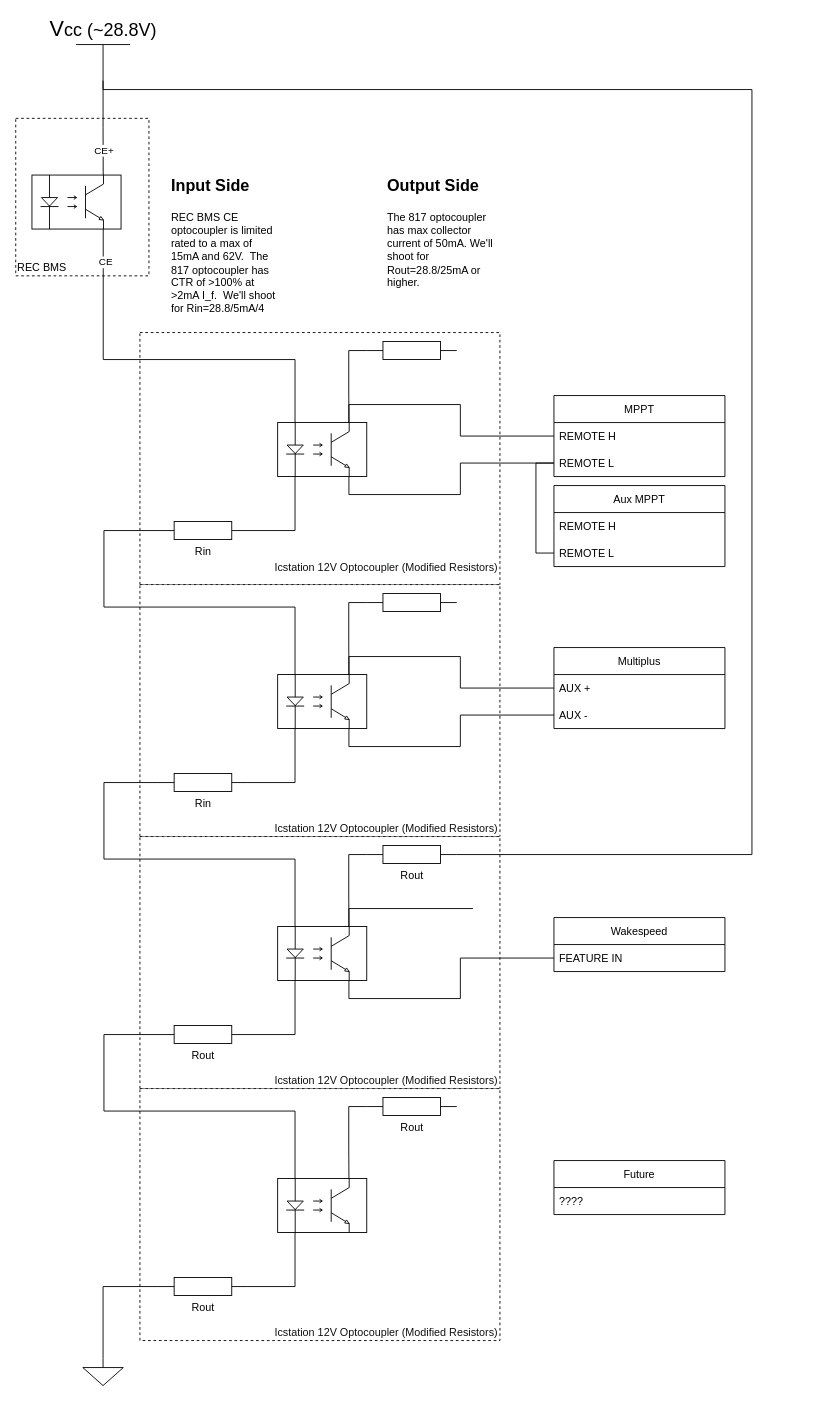
The draw.io diagram page "Page-1" (1 of 2) of van/electrical/BMS_wiring_logic/charge-enable-splitting.drawio in natecostello/van_two_point_oh, before the edit. Source tidied: cells renumbered, new cells numbered last; positions are measured from the earlier drawing's top-left corner, leaving out a move shared by most shapes. Both pictures are drawn from the tidied source at 90%, with x=0, y=0 at pixel (15, 44).
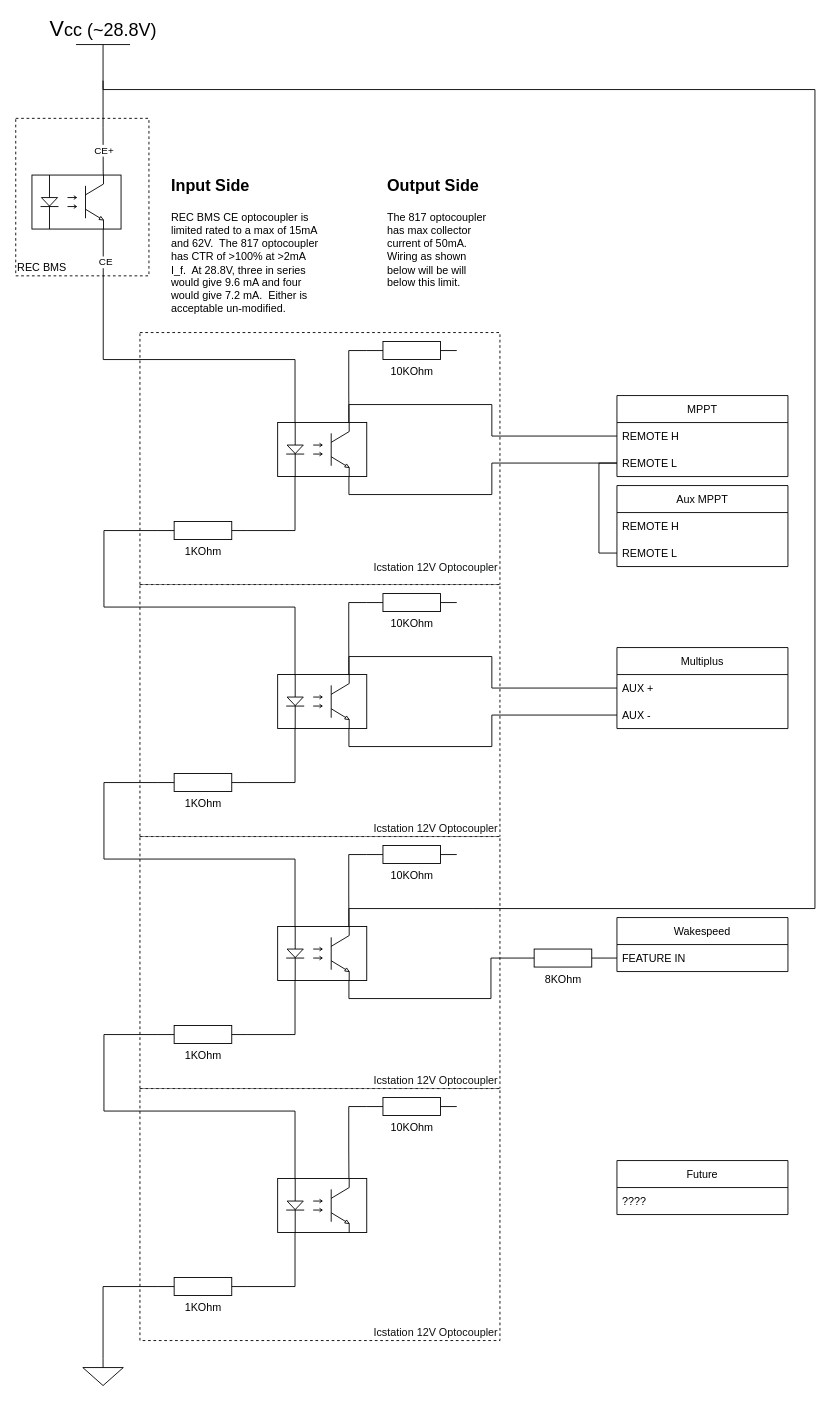
The same page after the edit.

The change refers to these unchanged cells:
```xml
<mxCell id="3" style="group;" parent="1" vertex="1">
  <mxGeometry x="138" y="320" width="400" height="280" as="geometry" />
</mxCell>
<mxCell id="19" value="V&lt;span style=&quot;font-size: 20px&quot;&gt;cc (~28.8V)&lt;/span&gt;" style="verticalLabelPosition=top;verticalAlign=bottom;shape=mxgraph.electrical.signal_sources.vdd;shadow=0;dashed=0;align=center;strokeWidth=1;fontSize=24;html=1;flipV=1;" parent="1" vertex="1">
  <mxGeometry x="67" width="60" height="40" as="geometry" />
</mxCell>
<mxCell id="25" value="FEATURE IN" style="text;strokeColor=none;fillColor=none;align=left;verticalAlign=middle;spacingLeft=4;spacingRight=4;overflow=hidden;points=[[0,0.5],[1,0.5]];portConstraint=eastwest;" parent="24" vertex="1">
  <mxGeometry y="30" width="190" height="30" as="geometry" />
</mxCell>
<mxCell id="26" style="group;" parent="1" vertex="1">
  <mxGeometry x="138" y="600" width="400" height="280" as="geometry" />
</mxCell>
<mxCell id="33" style="group;" parent="1" vertex="1">
  <mxGeometry x="138" y="880" width="400" height="280" as="geometry" />
</mxCell>
<mxCell id="35" style="verticalLabelPosition=bottom;shadow=0;dashed=0;align=center;html=1;verticalAlign=top;shape=mxgraph.electrical.opto_electronics.opto-coupler;" parent="33" vertex="1">
  <mxGeometry x="153" y="100" width="99" height="60" as="geometry" />
</mxCell>
<mxCell id="52" style="group;" parent="1" vertex="1">
  <mxGeometry x="138" y="1160" width="400" height="280" as="geometry" />
</mxCell>
```

Change to the diagram source:
```diff
@@
-    <mxCell id="4" value="&lt;p style=&quot;box-sizing: border-box ; padding: 0px ; margin: 0px ; font-weight: 400 ; color: rgb(15 , 17 , 17) ; font-family: &amp;#34;amazon ember&amp;#34; , &amp;#34;arial&amp;#34; , sans-serif ; background-color: rgb(255 , 255 , 255) ; line-height: 32px&quot;&gt;&lt;span id=&quot;productTitle&quot; class=&quot;a-size-large product-title-word-break&quot; style=&quot;box-sizing: border-box ; word-break: break-word ; line-height: 32px&quot;&gt;&lt;font style=&quot;font-size: 12px&quot;&gt;Icstation 12V Optocoupler (Modified Resistors)&lt;/font&gt;&lt;/span&gt;&lt;/p&gt;" style="rounded=0;whiteSpace=wrap;html=1;dashed=1;align=right;verticalAlign=bottom;" parent="3" vertex="1">
+    <mxCell id="4" value="&lt;p style=&quot;box-sizing: border-box ; padding: 0px ; margin: 0px ; font-weight: 400 ; color: rgb(15 , 17 , 17) ; font-family: &amp;#34;amazon ember&amp;#34; , &amp;#34;arial&amp;#34; , sans-serif ; background-color: rgb(255 , 255 , 255) ; line-height: 32px&quot;&gt;&lt;span id=&quot;productTitle&quot; class=&quot;a-size-large product-title-word-break&quot; style=&quot;box-sizing: border-box ; word-break: break-word ; line-height: 32px&quot;&gt;&lt;font style=&quot;font-size: 12px&quot;&gt;Icstation 12V Optocoupler&lt;/font&gt;&lt;/span&gt;&lt;/p&gt;" style="rounded=0;whiteSpace=wrap;html=1;dashed=1;align=right;verticalAlign=bottom;" parent="3" vertex="1">
       <mxGeometry width="400" height="280" as="geometry" />
     </mxCell>
@@
-    <mxCell id="6" value="Rin" style="verticalLabelPosition=bottom;shadow=0;dashed=0;align=center;html=1;verticalAlign=top;shape=mxgraph.electrical.resistors.resistor_1;rotation=0;" parent="3" vertex="1">
+    <mxCell id="6" value="1KOhm" style="verticalLabelPosition=bottom;shadow=0;dashed=0;align=center;html=1;verticalAlign=top;shape=mxgraph.electrical.resistors.resistor_1;rotation=0;" parent="3" vertex="1">
       <mxGeometry x="20" y="210" width="100" height="20" as="geometry" />
     </mxCell>
@@
-    <mxCell id="9" style="verticalLabelPosition=bottom;shadow=0;dashed=0;align=center;html=1;verticalAlign=top;shape=mxgraph.electrical.resistors.resistor_1;rotation=0;" parent="3" vertex="1">
+    <mxCell id="9" value="10KOhm" style="verticalLabelPosition=bottom;shadow=0;dashed=0;align=center;html=1;verticalAlign=top;shape=mxgraph.electrical.resistors.resistor_1;rotation=0;" parent="3" vertex="1">
       <mxGeometry x="252" y="10" width="100" height="20" as="geometry" />
     </mxCell>
@@
     <mxCell id="14" value="MPPT" style="swimlane;fontStyle=0;horizontal=1;startSize=30;" parent="1" vertex="1">
-      <mxGeometry x="598" y="390" width="190" height="90" as="geometry" />
+      <mxGeometry x="668" y="390" width="190" height="90" as="geometry" />
     </mxCell>
@@
     <mxCell id="21" value="Multiplus" style="swimlane;fontStyle=0;horizontal=1;startSize=30;" parent="1" vertex="1">
-      <mxGeometry x="598" y="670" width="190" height="90" as="geometry" />
+      <mxGeometry x="668" y="670" width="190" height="90" as="geometry" />
     </mxCell>
@@
     <mxCell id="24" value="Wakespeed" style="swimlane;fontStyle=0;horizontal=1;startSize=30;" parent="1" vertex="1">
-      <mxGeometry x="598" y="970" width="190" height="60" as="geometry" />
+      <mxGeometry x="668" y="970" width="190" height="60" as="geometry" />
     </mxCell>
@@
-    <mxCell id="27" value="&lt;div style=&quot;&quot;&gt;&lt;span style=&quot;background-color: rgb(255 , 255 , 255) ; color: rgb(15 , 17 , 17) ; font-family: &amp;quot;amazon ember&amp;quot; , &amp;quot;arial&amp;quot; , sans-serif&quot;&gt;Icstation 12V Optocoupler (Modified Resistors)&lt;/span&gt;&lt;/div&gt;" style="rounded=0;whiteSpace=wrap;html=1;dashed=1;align=right;verticalAlign=bottom;" parent="26" vertex="1">
+    <mxCell id="27" value="&lt;span style=&quot;color: rgb(15 , 17 , 17) ; font-family: &amp;#34;amazon ember&amp;#34; , &amp;#34;arial&amp;#34; , sans-serif ; background-color: rgb(255 , 255 , 255)&quot;&gt;Icstation 12V Optocoupler&lt;/span&gt;" style="rounded=0;whiteSpace=wrap;html=1;dashed=1;align=right;verticalAlign=bottom;" parent="26" vertex="1">
       <mxGeometry width="400" height="280" as="geometry" />
     </mxCell>
@@
-    <mxCell id="29" value="Rin" style="verticalLabelPosition=bottom;shadow=0;dashed=0;align=center;html=1;verticalAlign=top;shape=mxgraph.electrical.resistors.resistor_1;rotation=0;" parent="26" vertex="1">
+    <mxCell id="29" value="1KOhm" style="verticalLabelPosition=bottom;shadow=0;dashed=0;align=center;html=1;verticalAlign=top;shape=mxgraph.electrical.resistors.resistor_1;rotation=0;" parent="26" vertex="1">
       <mxGeometry x="20" y="210" width="100" height="20" as="geometry" />
     </mxCell>
@@
-    <mxCell id="32" style="verticalLabelPosition=bottom;shadow=0;dashed=0;align=center;html=1;verticalAlign=top;shape=mxgraph.electrical.resistors.resistor_1;rotation=0;" parent="26" vertex="1">
+    <mxCell id="32" value="10KOhm" style="verticalLabelPosition=bottom;shadow=0;dashed=0;align=center;html=1;verticalAlign=top;shape=mxgraph.electrical.resistors.resistor_1;rotation=0;" parent="26" vertex="1">
       <mxGeometry x="252" y="10" width="100" height="20" as="geometry" />
     </mxCell>
@@
-    <mxCell id="34" value="&lt;span style=&quot;color: rgb(15 , 17 , 17) ; font-family: &amp;#34;amazon ember&amp;#34; , &amp;#34;arial&amp;#34; , sans-serif ; background-color: rgb(255 , 255 , 255)&quot;&gt;Icstation 12V Optocoupler (Modified Resistors)&lt;/span&gt;" style="rounded=0;whiteSpace=wrap;html=1;dashed=1;align=right;verticalAlign=bottom;" parent="33" vertex="1">
+    <mxCell id="34" value="&lt;span style=&quot;color: rgb(15 , 17 , 17) ; font-family: &amp;#34;amazon ember&amp;#34; , &amp;#34;arial&amp;#34; , sans-serif ; background-color: rgb(255 , 255 , 255)&quot;&gt;Icstation 12V Optocoupler&lt;/span&gt;" style="rounded=0;whiteSpace=wrap;html=1;dashed=1;align=right;verticalAlign=bottom;" parent="33" vertex="1">
       <mxGeometry width="400" height="280" as="geometry" />
     </mxCell>
@@
-    <mxCell id="36" value="Rout" style="verticalLabelPosition=bottom;shadow=0;dashed=0;align=center;html=1;verticalAlign=top;shape=mxgraph.electrical.resistors.resistor_1;rotation=0;" parent="33" vertex="1">
+    <mxCell id="36" value="1KOhm" style="verticalLabelPosition=bottom;shadow=0;dashed=0;align=center;html=1;verticalAlign=top;shape=mxgraph.electrical.resistors.resistor_1;rotation=0;" parent="33" vertex="1">
       <mxGeometry x="20" y="210" width="100" height="20" as="geometry" />
     </mxCell>
@@
-    <mxCell id="39" value="Rout" style="verticalLabelPosition=bottom;shadow=0;dashed=0;align=center;html=1;verticalAlign=top;shape=mxgraph.electrical.resistors.resistor_1;rotation=0;" parent="33" vertex="1">
+    <mxCell id="39" value="10KOhm" style="verticalLabelPosition=bottom;shadow=0;dashed=0;align=center;html=1;verticalAlign=top;shape=mxgraph.electrical.resistors.resistor_1;rotation=0;" parent="33" vertex="1">
       <mxGeometry x="252" y="10" width="100" height="20" as="geometry" />
     </mxCell>
@@
-    <mxCell id="44" style="edgeStyle=orthogonalEdgeStyle;rounded=0;jettySize=auto;html=1;exitX=0.8;exitY=1;exitDx=0;exitDy=0;exitPerimeter=0;entryX=0;entryY=0.5;entryDx=0;entryDy=0;endArrow=none;endFill=0;" parent="1" edge="1" source="35" target="25">
-      <mxGeometry relative="1" as="geometry" />
-    </mxCell>
@@
-    <mxCell id="47" style="edgeStyle=orthogonalEdgeStyle;rounded=0;jettySize=auto;html=1;exitX=1;exitY=0.5;exitDx=0;exitDy=0;exitPerimeter=0;entryX=0.5;entryY=0;entryDx=0;entryDy=0;entryPerimeter=0;endArrow=none;endFill=0;" parent="1" edge="1" source="39" target="19">
+    <mxCell id="47" style="edgeStyle=orthogonalEdgeStyle;rounded=0;jettySize=auto;html=1;entryX=0.5;entryY=0;entryDx=0;entryDy=0;entryPerimeter=0;endArrow=none;endFill=0;" parent="1" edge="1" target="19">
       <mxGeometry relative="1" as="geometry">
+        <mxPoint x="508" y="960" as="sourcePoint" />
         <Array as="points">
-          <mxPoint x="818" y="900" />
-          <mxPoint x="818" y="50" />
+          <mxPoint x="888" y="960" />
+          <mxPoint x="888" y="50" />
           <mxPoint x="97" y="50" />
         </Array>
       </mxGeometry>
     </mxCell>
     <mxCell id="48" value="Aux MPPT" style="swimlane;fontStyle=0;horizontal=1;startSize=30;" parent="1" vertex="1">
-      <mxGeometry x="598" y="490" width="190" height="90" as="geometry" />
+      <mxGeometry x="668" y="490" width="190" height="90" as="geometry" />
     </mxCell>
@@
-    <mxCell id="53" value="&lt;span style=&quot;color: rgb(15 , 17 , 17) ; font-family: &amp;#34;amazon ember&amp;#34; , &amp;#34;arial&amp;#34; , sans-serif ; background-color: rgb(255 , 255 , 255)&quot;&gt;Icstation 12V Optocoupler (Modified Resistors)&lt;/span&gt;" style="rounded=0;whiteSpace=wrap;html=1;dashed=1;align=right;verticalAlign=bottom;" parent="52" vertex="1">
+    <mxCell id="53" value="&lt;span style=&quot;color: rgb(15 , 17 , 17) ; font-family: &amp;#34;amazon ember&amp;#34; , &amp;#34;arial&amp;#34; , sans-serif ; background-color: rgb(255 , 255 , 255)&quot;&gt;Icstation 12V Optocoupler&lt;/span&gt;" style="rounded=0;whiteSpace=wrap;html=1;dashed=1;align=right;verticalAlign=bottom;" parent="52" vertex="1">
       <mxGeometry width="400" height="280" as="geometry" />
     </mxCell>
@@
-    <mxCell id="55" value="Rout" style="verticalLabelPosition=bottom;shadow=0;dashed=0;align=center;html=1;verticalAlign=top;shape=mxgraph.electrical.resistors.resistor_1;rotation=0;" parent="52" vertex="1">
+    <mxCell id="55" value="1KOhm" style="verticalLabelPosition=bottom;shadow=0;dashed=0;align=center;html=1;verticalAlign=top;shape=mxgraph.electrical.resistors.resistor_1;rotation=0;" parent="52" vertex="1">
       <mxGeometry x="20" y="210" width="100" height="20" as="geometry" />
     </mxCell>
@@
-    <mxCell id="58" value="Rout" style="verticalLabelPosition=bottom;shadow=0;dashed=0;align=center;html=1;verticalAlign=top;shape=mxgraph.electrical.resistors.resistor_1;rotation=0;" parent="52" vertex="1">
+    <mxCell id="58" value="10KOhm" style="verticalLabelPosition=bottom;shadow=0;dashed=0;align=center;html=1;verticalAlign=top;shape=mxgraph.electrical.resistors.resistor_1;rotation=0;" parent="52" vertex="1">
       <mxGeometry x="252" y="10" width="100" height="20" as="geometry" />
     </mxCell>
     <mxCell id="59" value="Future" style="swimlane;fontStyle=0;horizontal=1;startSize=30;" parent="1" vertex="1">
-      <mxGeometry x="598" y="1240" width="190" height="60" as="geometry" />
+      <mxGeometry x="668" y="1240" width="190" height="60" as="geometry" />
     </mxCell>
@@
-    <mxCell id="62" value="&lt;h1&gt;&lt;font style=&quot;font-size: 18px&quot;&gt;Input Side&lt;/font&gt;&lt;/h1&gt;&lt;p&gt;REC BMS CE optocoupler is limited rated to a max of 15mA and 62V.&amp;nbsp; The 817 optocoupler has CTR of &amp;gt;100% at &amp;gt;2mA I_f.&amp;nbsp; We'll shoot for Rin=28.8/5mA/4&lt;/p&gt;" style="text;html=1;strokeColor=none;fillColor=none;spacing=5;spacingTop=-20;whiteSpace=wrap;overflow=hidden;rounded=0;" parent="1" vertex="1">
-      <mxGeometry x="168" y="135" width="130" height="170" as="geometry" />
+    <mxCell id="62" value="&lt;h1&gt;&lt;font style=&quot;font-size: 18px&quot;&gt;Input Side&lt;/font&gt;&lt;/h1&gt;&lt;p&gt;REC BMS CE optocoupler is limited rated to a max of 15mA and 62V.&amp;nbsp; The 817 optocoupler has CTR of &amp;gt;100% at &amp;gt;2mA I_f.&amp;nbsp; At 28.8V, three in series would give 9.6 mA and four would give 7.2 mA.&amp;nbsp; Either is acceptable un-modified.&lt;/p&gt;" style="text;html=1;strokeColor=none;fillColor=none;spacing=5;spacingTop=-20;whiteSpace=wrap;overflow=hidden;rounded=0;" parent="1" vertex="1">
+      <mxGeometry x="168" y="135" width="180" height="165" as="geometry" />
     </mxCell>
@@
-    <mxCell id="64" value="&lt;h1&gt;&lt;font style=&quot;font-size: 18px&quot;&gt;Output Side&lt;/font&gt;&lt;/h1&gt;&lt;p&gt;The 817 optocoupler has max collector current of 50mA. We'll shoot for Rout=28.8/25mA or higher.&amp;nbsp;&amp;nbsp;&lt;/p&gt;" style="text;html=1;strokeColor=none;fillColor=none;spacing=5;spacingTop=-20;whiteSpace=wrap;overflow=hidden;rounded=0;" parent="1" vertex="1">
+    <mxCell id="64" value="&lt;h1&gt;&lt;font style=&quot;font-size: 18px&quot;&gt;Output Side&lt;/font&gt;&lt;/h1&gt;&lt;p&gt;The 817 optocoupler has max collector current of 50mA. Wiring as shown below will be will below this limit.&lt;/p&gt;" style="text;html=1;strokeColor=none;fillColor=none;spacing=5;spacingTop=-20;whiteSpace=wrap;overflow=hidden;rounded=0;" parent="1" vertex="1">
       <mxGeometry x="408" y="135" width="130" height="170" as="geometry" />
     </mxCell>
+    <mxCell id="65" style="edgeStyle=orthogonalEdgeStyle;rounded=0;jettySize=auto;html=1;exitX=1;exitY=0.5;exitDx=0;exitDy=0;exitPerimeter=0;entryX=0;entryY=0.5;entryDx=0;entryDy=0;endArrow=none;endFill=0;" parent="1" edge="1" source="66" target="25">
+      <mxGeometry relative="1" as="geometry" />
+    </mxCell>
+    <mxCell id="66" value="8KOhm" style="verticalLabelPosition=bottom;shadow=0;dashed=0;align=center;html=1;verticalAlign=top;shape=mxgraph.electrical.resistors.resistor_1;rotation=0;" parent="1" vertex="1">
+      <mxGeometry x="558" y="1005" width="100" height="20" as="geometry" />
+    </mxCell>
+    <mxCell id="67" style="edgeStyle=orthogonalEdgeStyle;rounded=0;jettySize=auto;html=1;exitX=0.8;exitY=1;exitDx=0;exitDy=0;exitPerimeter=0;entryX=0;entryY=0.5;entryDx=0;entryDy=0;endArrow=none;endFill=0;" parent="1" edge="1" source="35" target="66">
+      <mxGeometry relative="1" as="geometry">
+        <Array as="points">
+          <mxPoint x="370" y="1060" />
+          <mxPoint x="528" y="1060" />
+          <mxPoint x="528" y="1015" />
+        </Array>
+      </mxGeometry>
+    </mxCell>
```
